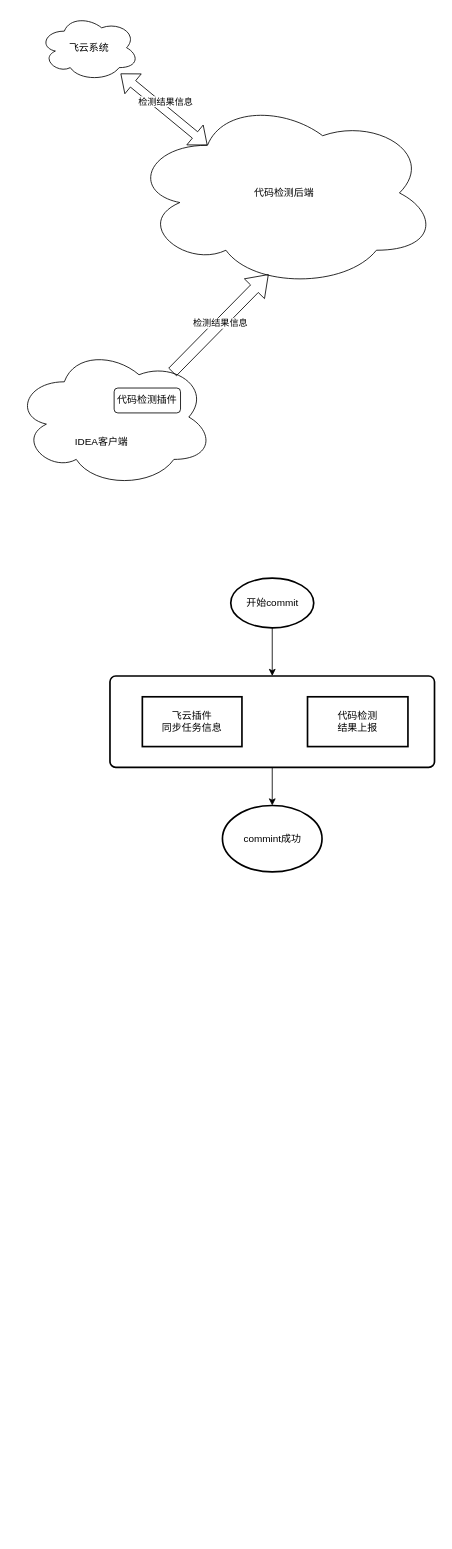
Earlier version of the draw.io diagram DrawIO/codeInspection.drawio (LancePeng42/Pic-Bed). Source tidied: cells renumbered, new cells numbered last; positions are measured from the earlier drawing's top-left corner, leaving out a move shared by most shapes. Both pictures are drawn from the tidied source at 83%, with x=0, y=0 at pixel (14, 14).
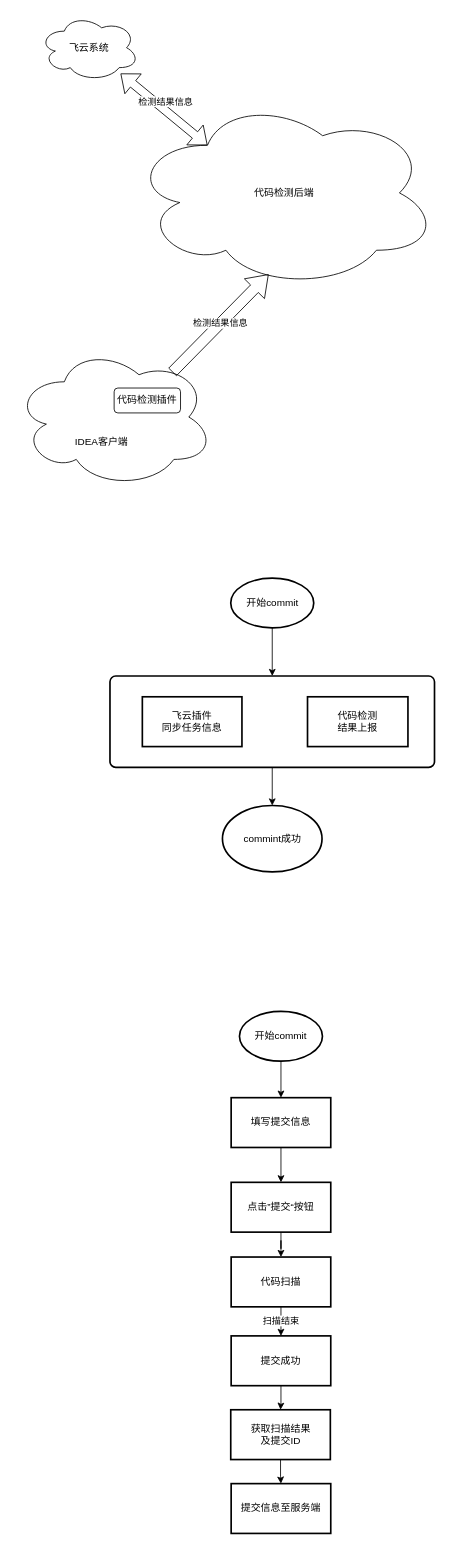
The same page after the edit.

The edit, as a diff of the source:
```diff
@@
+    <mxCell id="17" style="edgeStyle=orthogonalEdgeStyle;rounded=0;jettySize=auto;html=1;" parent="1" edge="1" source="18" target="20">
+      <mxGeometry relative="1" as="geometry" />
+    </mxCell>
+    <mxCell id="18" value="开始commit" style="strokeWidth=2;html=1;shape=mxgraph.flowchart.start_1;whiteSpace=wrap;" parent="1" vertex="1">
+      <mxGeometry x="271" y="1201" width="100" height="60" as="geometry" />
+    </mxCell>
+    <mxCell id="19" style="edgeStyle=orthogonalEdgeStyle;rounded=0;jettySize=auto;html=1;" parent="1" edge="1" source="20" target="22">
+      <mxGeometry relative="1" as="geometry" />
+    </mxCell>
+    <mxCell id="20" value="填写提交信息" style="whiteSpace=wrap;html=1;strokeWidth=2;" parent="1" vertex="1">
+      <mxGeometry x="261" y="1305" width="120" height="60" as="geometry" />
+    </mxCell>
+    <mxCell id="21" style="edgeStyle=orthogonalEdgeStyle;rounded=0;jettySize=auto;html=1;" parent="1" edge="1" source="22" target="24">
+      <mxGeometry relative="1" as="geometry" />
+    </mxCell>
+    <mxCell id="22" value="点击”提交“按钮" style="whiteSpace=wrap;html=1;strokeWidth=2;" parent="1" vertex="1">
+      <mxGeometry x="261" y="1407" width="120" height="60" as="geometry" />
+    </mxCell>
+    <mxCell id="23" value="扫描结束" style="edgeStyle=orthogonalEdgeStyle;rounded=0;jettySize=auto;html=1;" parent="1" edge="1" source="24" target="26">
+      <mxGeometry relative="1" as="geometry" />
+    </mxCell>
+    <mxCell id="24" value="代码扫描" style="whiteSpace=wrap;html=1;strokeWidth=2;" parent="1" vertex="1">
+      <mxGeometry x="261" y="1497" width="120" height="60" as="geometry" />
+    </mxCell>
+    <mxCell id="25" style="edgeStyle=orthogonalEdgeStyle;rounded=0;jettySize=auto;html=1;" parent="1" edge="1" source="26" target="28">
+      <mxGeometry relative="1" as="geometry" />
+    </mxCell>
+    <mxCell id="26" value="提交成功" style="whiteSpace=wrap;html=1;strokeWidth=2;" parent="1" vertex="1">
+      <mxGeometry x="261" y="1592" width="120" height="60" as="geometry" />
+    </mxCell>
+    <mxCell id="27" style="edgeStyle=orthogonalEdgeStyle;rounded=0;jettySize=auto;html=1;" parent="1" edge="1" source="28" target="29">
+      <mxGeometry relative="1" as="geometry" />
+    </mxCell>
+    <mxCell id="28" value="获取扫描结果&lt;br&gt;及提交ID" style="whiteSpace=wrap;html=1;strokeWidth=2;" parent="1" vertex="1">
+      <mxGeometry x="260.5" y="1681" width="120" height="60" as="geometry" />
+    </mxCell>
+    <mxCell id="29" value="提交信息至服务端" style="whiteSpace=wrap;html=1;strokeWidth=2;" parent="1" vertex="1">
+      <mxGeometry x="261" y="1770" width="120" height="60" as="geometry" />
+    </mxCell>
```
